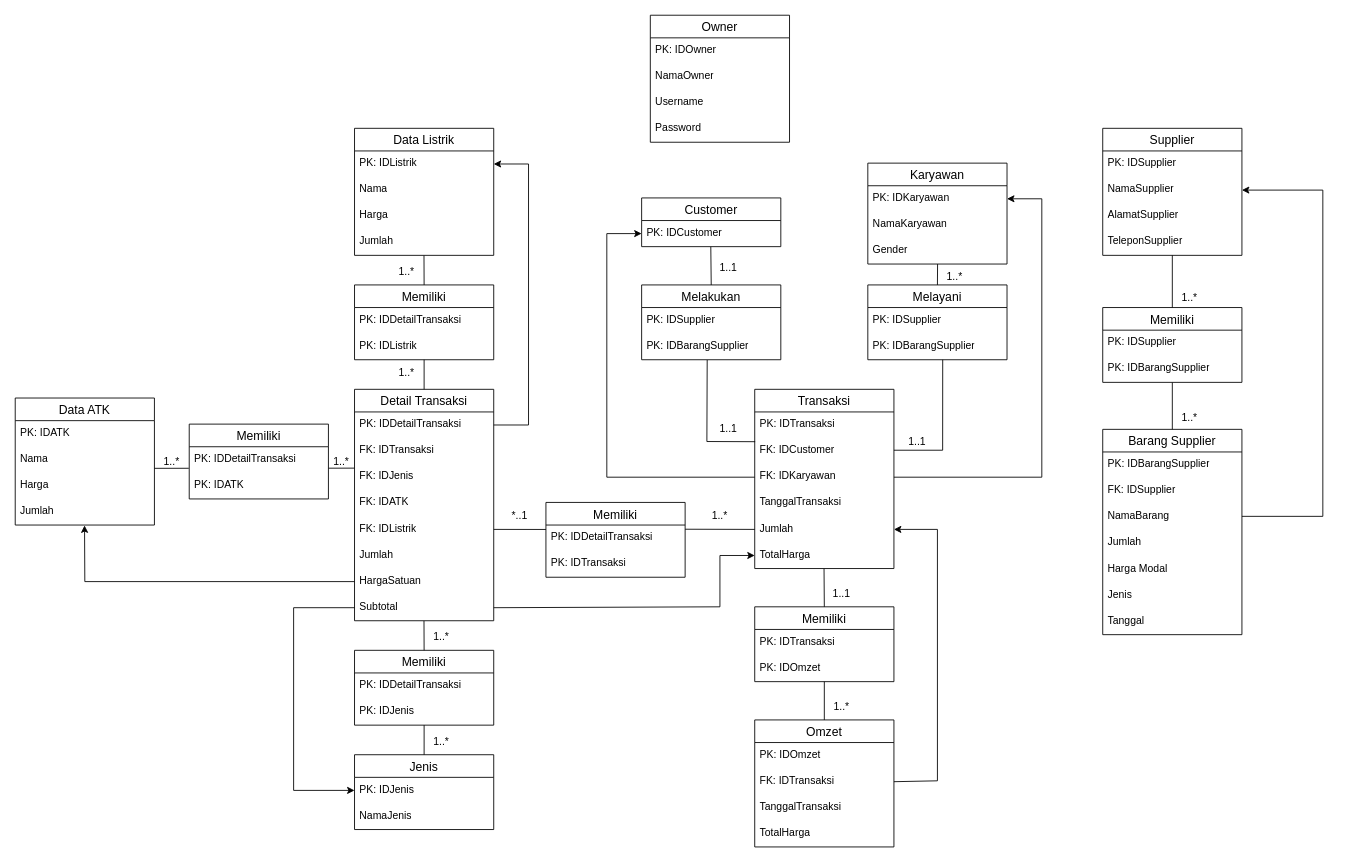
NCalvaretta/Lab-Algorithm-and-Programming keeps this draw.io diagram as wahyulistrik.drawio. Above is the earlier version. Source tidied: cells renumbered, new cells numbered last; positions are measured from the earlier drawing's top-left corner, leaving out a move shared by most shapes. Both pictures are drawn from the tidied source at 87%, with x=0, y=0 at pixel (15, 15).
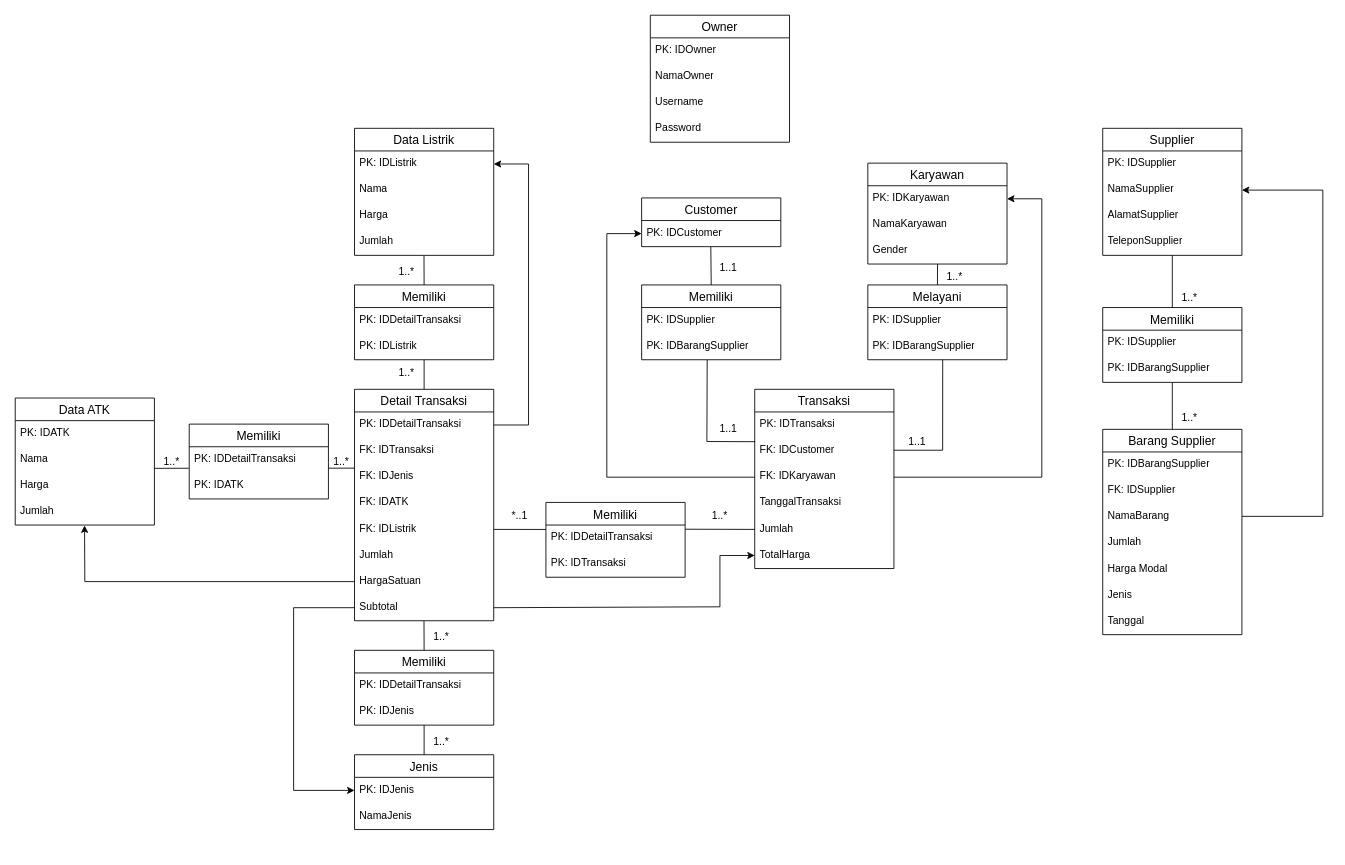
After the change.

Unchanged cells that the change refers to:
```xml
<mxCell id="44" value="Jumlah" style="text;strokeColor=none;fillColor=none;spacingLeft=4;spacingRight=4;overflow=hidden;points=[[0,0.5],[1,0.5]];portConstraint=eastwest;fontSize=12;whiteSpace=wrap;html=1;" parent="39" vertex="1">
  <mxGeometry y="146" width="160" height="30" as="geometry" />
</mxCell>
<mxCell id="45" value="TotalHarga" style="text;strokeColor=none;fillColor=none;spacingLeft=4;spacingRight=4;overflow=hidden;points=[[0,0.5],[1,0.5]];portConstraint=eastwest;fontSize=12;whiteSpace=wrap;html=1;" parent="39" vertex="1">
  <mxGeometry y="176" width="160" height="30" as="geometry" />
</mxCell>
```

The edit, as a diff of the source:
```diff
@@
-    <mxCell id="55" value="Omzet" style="swimlane;fontStyle=0;horizontal=1;startSize=26;align=center;fontSize=14;" parent="1" vertex="1">
-      <mxGeometry x="850" y="810" width="160" height="146" as="geometry" />
-    </mxCell>
-    <mxCell id="56" value="PK: IDOmzet" style="text;strokeColor=none;fillColor=none;spacingLeft=4;spacingRight=4;overflow=hidden;fontSize=12;whiteSpace=wrap;html=1;" parent="55" vertex="1">
-      <mxGeometry y="26" width="160" height="30" as="geometry" />
-    </mxCell>
-    <mxCell id="57" value="FK: IDTransaksi" style="text;strokeColor=none;fillColor=none;spacingLeft=4;spacingRight=4;overflow=hidden;points=[[0,0.5],[1,0.5]];portConstraint=eastwest;fontSize=12;whiteSpace=wrap;html=1;" parent="55" vertex="1">
-      <mxGeometry y="56" width="160" height="30" as="geometry" />
-    </mxCell>
-    <mxCell id="58" value="TanggalTransaksi" style="text;strokeColor=none;fillColor=none;spacingLeft=4;spacingRight=4;overflow=hidden;fontSize=12;whiteSpace=wrap;html=1;" parent="55" vertex="1">
-      <mxGeometry y="86" width="160" height="30" as="geometry" />
-    </mxCell>
-    <mxCell id="59" value="TotalHarga" style="text;strokeColor=none;fillColor=none;spacingLeft=4;spacingRight=4;overflow=hidden;fontSize=12;whiteSpace=wrap;html=1;" parent="55" vertex="1">
-      <mxGeometry y="116" width="160" height="30" as="geometry" />
-    </mxCell>
@@
-    <mxCell id="66" value="Melakukan" style="swimlane;fontStyle=0;horizontal=1;startSize=26;align=center;fontSize=14;" parent="1" vertex="1">
+    <mxCell id="66" value="Memiliki" style="swimlane;fontStyle=0;horizontal=1;startSize=26;align=center;fontSize=14;" parent="1" vertex="1">
       <mxGeometry x="720" y="310" width="160" height="86" as="geometry" />
     </mxCell>
@@
-    <mxCell id="76" value="Memiliki" style="swimlane;fontStyle=0;horizontal=1;startSize=26;align=center;fontSize=14;" parent="1" vertex="1">
-      <mxGeometry x="850" y="680" width="160" height="86" as="geometry" />
-    </mxCell>
-    <mxCell id="77" value="PK: IDTransaksi" style="text;strokeColor=none;fillColor=none;spacingLeft=4;spacingRight=4;overflow=hidden;fontSize=12;whiteSpace=wrap;html=1;" parent="76" vertex="1">
-      <mxGeometry y="26" width="160" height="30" as="geometry" />
-    </mxCell>
-    <mxCell id="78" value="PK: IDOmzet" style="text;strokeColor=none;fillColor=none;spacingLeft=4;spacingRight=4;overflow=hidden;fontSize=12;whiteSpace=wrap;html=1;" parent="76" vertex="1">
-      <mxGeometry y="56" width="160" height="30" as="geometry" />
-    </mxCell>
-    <mxCell id="79" style="endArrow=none;html=1;rounded=0;exitX=0.5;exitY=0;exitDx=0;exitDy=0;entryX=0.498;entryY=1.007;entryDx=0;entryDy=0;entryPerimeter=0;" parent="1" edge="1" source="76" target="45">
-      <mxGeometry relative="1" as="geometry" />
-    </mxCell>
-    <mxCell id="80" style="endArrow=none;html=1;rounded=0;exitX=0.5;exitY=0;exitDx=0;exitDy=0;entryX=0.5;entryY=1;entryDx=0;entryDy=0;" parent="1" edge="1" source="55" target="76">
-      <mxGeometry relative="1" as="geometry" />
-    </mxCell>
-    <mxCell id="81" style="endArrow=classic;html=1;rounded=0;exitX=1;exitY=0.5;exitDx=0;exitDy=0;entryX=1;entryY=0.5;entryDx=0;entryDy=0;" parent="1" edge="1" source="57" target="44">
-      <mxGeometry relative="1" as="geometry">
-        <Array as="points">
-          <mxPoint x="1060" y="880" />
-          <mxPoint x="1060" y="591" />
-        </Array>
-      </mxGeometry>
-    </mxCell>
@@
-    <mxCell id="118" value="1..*" style="text;html=1;align=center;verticalAlign=middle;whiteSpace=wrap;rounded=0;" parent="1" vertex="1">
-      <mxGeometry x="920" y="780" width="60" height="30" as="geometry" />
-    </mxCell>
-    <mxCell id="119" value="1..1" style="text;html=1;align=center;verticalAlign=middle;whiteSpace=wrap;rounded=0;" parent="1" vertex="1">
-      <mxGeometry x="920" y="650" width="60" height="30" as="geometry" />
-    </mxCell>
```
